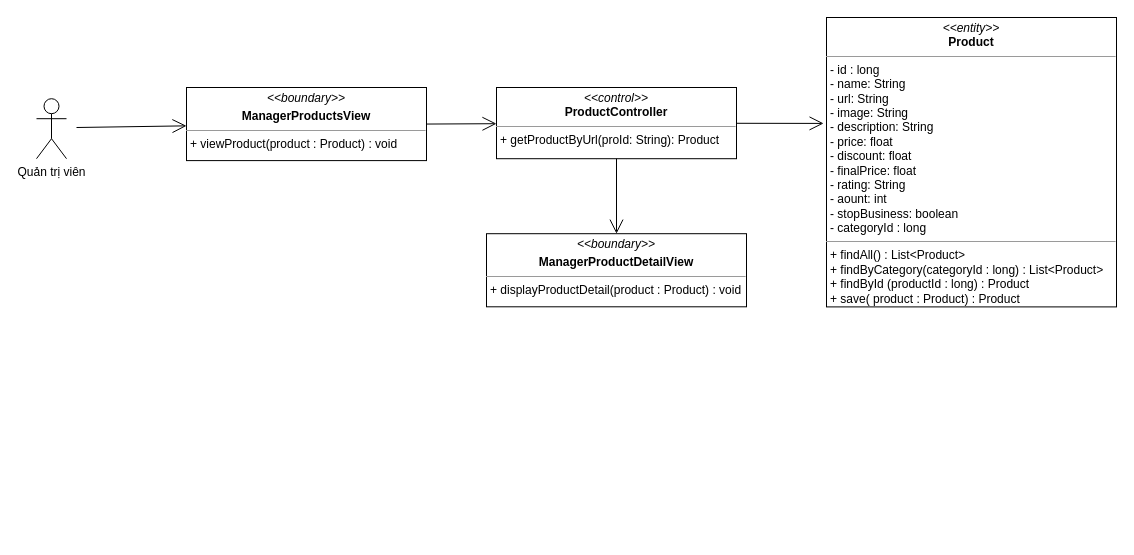
Before: class diagram/manager-product-detail-class-diagram.drawio in nguyenphamvan/datn_20202, a draw.io diagram. Source tidied: cells renumbered, new cells numbered last; positions are measured from the earlier drawing's top-left corner, leaving out a move shared by most shapes. Both pictures are drawn from the tidied source at 100%, with x=0, y=0 at pixel (36, 17).
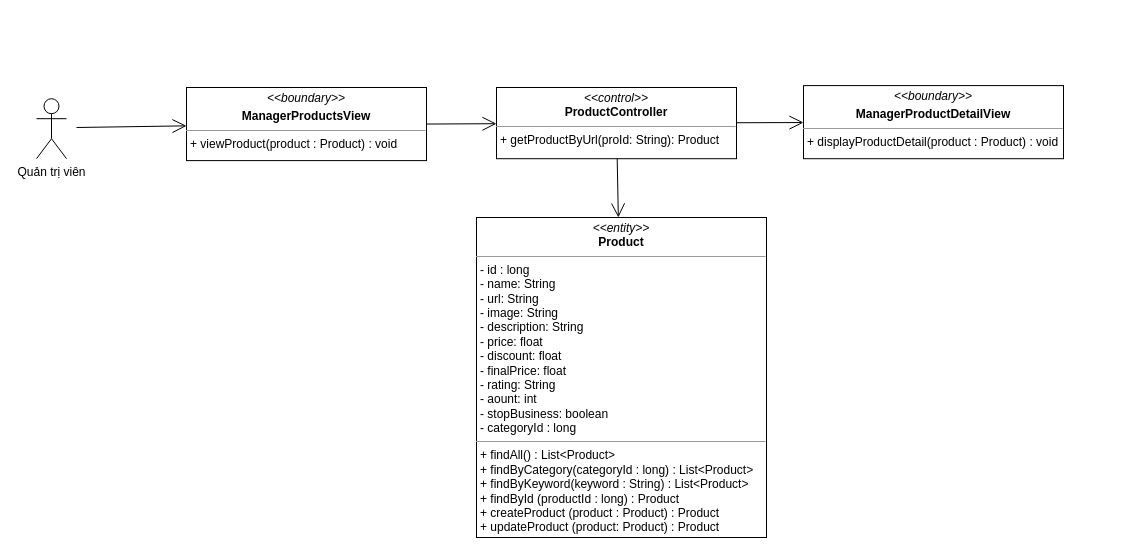
The same page after the edit.

The edit, as a diff of the source:
```diff
@@
 <mxGraphModel>
   <root>
     <mxCell id="0" />
     <mxCell id="1" parent="0" />
     <mxCell id="2" value="&lt;p style=&quot;margin: 0px ; margin-top: 4px ; text-align: center&quot;&gt;&lt;i&gt;&amp;lt;&amp;lt;boundary&amp;gt;&amp;gt;&lt;/i&gt;&lt;/p&gt;&lt;p style=&quot;margin: 0px ; margin-top: 4px ; text-align: center&quot;&gt;&lt;b&gt;ManagerProductsView&lt;/b&gt;&lt;/p&gt;&lt;hr size=&quot;1&quot;&gt;&lt;p style=&quot;margin: 0px ; margin-left: 4px&quot;&gt;+ viewProduct(product : Product) : void&lt;br&gt;&lt;/p&gt;" style="verticalAlign=top;align=left;overflow=fill;fontSize=12;fontFamily=Helvetica;html=1;" parent="1" vertex="1">
       <mxGeometry x="150" y="70" width="240" height="73.1" as="geometry" />
     </mxCell>
     <mxCell id="3" style="endArrow=open;endFill=1;endSize=12;html=1;exitX=1;exitY=0.5;exitDx=0;exitDy=0;" parent="1" edge="1" source="2" target="4">
       <mxGeometry relative="1" as="geometry" />
     </mxCell>
     <mxCell id="4" value="&lt;p style=&quot;margin: 0px ; margin-top: 4px ; text-align: center&quot;&gt;&lt;i&gt;&amp;lt;&amp;lt;control&amp;gt;&amp;gt;&lt;/i&gt;&lt;br&gt;&lt;b&gt;ProductController&lt;/b&gt;&lt;/p&gt;&lt;hr size=&quot;1&quot;&gt;&lt;p style=&quot;margin: 0px ; margin-left: 4px&quot;&gt;+ getProductByUrl(proId: String): Product&lt;br&gt;&lt;/p&gt;" style="verticalAlign=top;align=left;overflow=fill;fontSize=12;fontFamily=Helvetica;html=1;" parent="1" vertex="1">
       <mxGeometry x="460" y="70" width="240" height="71.2" as="geometry" />
     </mxCell>
-    <mxCell id="5" value="&lt;p style=&quot;margin: 0px ; margin-top: 4px ; text-align: center&quot;&gt;&lt;i&gt;&amp;lt;&amp;lt;entity&amp;gt;&amp;gt;&lt;/i&gt;&lt;br&gt;&lt;b&gt;Product&lt;/b&gt;&lt;/p&gt;&lt;hr size=&quot;1&quot;&gt;&lt;p style=&quot;margin: 0px ; margin-left: 4px&quot;&gt;- id : long&lt;/p&gt;&lt;p style=&quot;margin: 0px ; margin-left: 4px&quot;&gt;- name: String&lt;br&gt;- url: String&lt;/p&gt;&lt;p style=&quot;margin: 0px ; margin-left: 4px&quot;&gt;- image: String&lt;/p&gt;&lt;p style=&quot;margin: 0px ; margin-left: 4px&quot;&gt;- description: String&lt;/p&gt;&lt;p style=&quot;margin: 0px ; margin-left: 4px&quot;&gt;- price: float&lt;/p&gt;&lt;p style=&quot;margin: 0px ; margin-left: 4px&quot;&gt;- discount: float&lt;/p&gt;&lt;p style=&quot;margin: 0px ; margin-left: 4px&quot;&gt;- finalPrice: float&lt;/p&gt;&lt;p style=&quot;margin: 0px ; margin-left: 4px&quot;&gt;- rating: String&lt;/p&gt;&lt;p style=&quot;margin: 0px ; margin-left: 4px&quot;&gt;- aount: int&lt;/p&gt;&lt;p style=&quot;margin: 0px ; margin-left: 4px&quot;&gt;- stopBusiness: boolean&lt;/p&gt;&lt;p style=&quot;margin: 0px ; margin-left: 4px&quot;&gt;- categoryId : long&lt;/p&gt;&lt;hr size=&quot;1&quot;&gt;&lt;p style=&quot;margin: 0px 0px 0px 4px&quot;&gt;+ findAll() : List&amp;lt;Product&amp;gt;&lt;/p&gt;&lt;p style=&quot;margin: 0px 0px 0px 4px&quot;&gt;+ findByCategory(categoryId : long) : List&amp;lt;Product&amp;gt;&lt;/p&gt;&lt;p style=&quot;margin: 0px 0px 0px 4px&quot;&gt;+ findById (productId : long) : Product&lt;/p&gt;&lt;p style=&quot;margin: 0px 0px 0px 4px&quot;&gt;+ save( product : Product) : Product&lt;/p&gt;" style="verticalAlign=top;align=left;overflow=fill;fontSize=12;fontFamily=Helvetica;html=1;" parent="1" vertex="1">
-      <mxGeometry x="790" width="290" height="289.4" as="geometry" />
+    <mxCell id="5" value="&lt;p style=&quot;margin: 0px ; margin-top: 4px ; text-align: center&quot;&gt;&lt;i&gt;&amp;lt;&amp;lt;entity&amp;gt;&amp;gt;&lt;/i&gt;&lt;br&gt;&lt;b&gt;Product&lt;/b&gt;&lt;/p&gt;&lt;hr size=&quot;1&quot;&gt;&lt;p style=&quot;margin: 0px ; margin-left: 4px&quot;&gt;- id : long&lt;/p&gt;&lt;p style=&quot;margin: 0px ; margin-left: 4px&quot;&gt;- name: String&lt;br&gt;- url: String&lt;/p&gt;&lt;p style=&quot;margin: 0px ; margin-left: 4px&quot;&gt;- image: String&lt;/p&gt;&lt;p style=&quot;margin: 0px ; margin-left: 4px&quot;&gt;- description: String&lt;/p&gt;&lt;p style=&quot;margin: 0px ; margin-left: 4px&quot;&gt;- price: float&lt;/p&gt;&lt;p style=&quot;margin: 0px ; margin-left: 4px&quot;&gt;- discount: float&lt;/p&gt;&lt;p style=&quot;margin: 0px ; margin-left: 4px&quot;&gt;- finalPrice: float&lt;/p&gt;&lt;p style=&quot;margin: 0px ; margin-left: 4px&quot;&gt;- rating: String&lt;/p&gt;&lt;p style=&quot;margin: 0px ; margin-left: 4px&quot;&gt;- aount: int&lt;/p&gt;&lt;p style=&quot;margin: 0px ; margin-left: 4px&quot;&gt;- stopBusiness: boolean&lt;/p&gt;&lt;p style=&quot;margin: 0px ; margin-left: 4px&quot;&gt;- categoryId : long&lt;/p&gt;&lt;hr size=&quot;1&quot;&gt;&lt;p style=&quot;margin: 0px 0px 0px 4px&quot;&gt;+ findAll() : List&amp;lt;Product&amp;gt;&lt;/p&gt;&lt;p style=&quot;margin: 0px 0px 0px 4px&quot;&gt;+ findByCategory(categoryId : long) : List&amp;lt;Product&amp;gt;&lt;/p&gt;&lt;p style=&quot;margin: 0px 0px 0px 4px&quot;&gt;+ findByKeyword(keyword : String) : List&amp;lt;Product&amp;gt;&lt;/p&gt;&lt;p style=&quot;margin: 0px 0px 0px 4px&quot;&gt;+ findById (productId : long) : Product&lt;/p&gt;&lt;p style=&quot;margin: 0px 0px 0px 4px&quot;&gt;+ createProduct (product : Product) : Product&lt;/p&gt;&lt;p style=&quot;margin: 0px 0px 0px 4px&quot;&gt;+ updateProduct (product: Product) : Product&lt;/p&gt;" style="verticalAlign=top;align=left;overflow=fill;fontSize=12;fontFamily=Helvetica;html=1;" parent="1" vertex="1">
+      <mxGeometry x="440" y="200" width="290" height="320" as="geometry" />
     </mxCell>
-    <mxCell id="6" style="endArrow=open;endFill=1;endSize=12;html=1;entryX=-0.01;entryY=0.366;entryDx=0;entryDy=0;entryPerimeter=0;" parent="1" edge="1" source="4" target="5">
+    <mxCell id="6" style="endArrow=open;endFill=1;endSize=12;html=1;" parent="1" edge="1" source="4" target="5">
       <mxGeometry relative="1" as="geometry" />
     </mxCell>
     <mxCell id="7" value="&lt;p style=&quot;margin: 0px ; margin-top: 4px ; text-align: center&quot;&gt;&lt;i&gt;&amp;lt;&amp;lt;boundary&amp;gt;&amp;gt;&lt;/i&gt;&lt;/p&gt;&lt;p style=&quot;margin: 0px ; margin-top: 4px ; text-align: center&quot;&gt;&lt;b&gt;ManagerProductDetailView&lt;/b&gt;&lt;/p&gt;&lt;hr size=&quot;1&quot;&gt;&lt;p style=&quot;margin: 0px ; margin-left: 4px&quot;&gt;&lt;span style=&quot;font-family: &amp;#34;helvetica&amp;#34;&quot;&gt;+ displayProductDetail(product : Product) : void&lt;/span&gt;&lt;br&gt;&lt;/p&gt;" style="verticalAlign=top;align=left;overflow=fill;fontSize=12;fontFamily=Helvetica;html=1;" parent="1" vertex="1">
-      <mxGeometry x="450" y="216.2" width="260" height="73.1" as="geometry" />
+      <mxGeometry x="767" y="68.1" width="260" height="73.1" as="geometry" />
     </mxCell>
     <mxCell id="8" style="endArrow=open;endFill=1;endSize=12;html=1;" parent="1" edge="1" source="4" target="7">
       <mxGeometry relative="1" as="geometry" />
     </mxCell>
     <mxCell id="9" value="Quản trị viên&lt;br&gt;" style="shape=umlActor;verticalLabelPosition=bottom;verticalAlign=top;html=1;" parent="1" vertex="1">
       <mxGeometry y="81.2" width="30" height="60" as="geometry" />
     </mxCell>
     <mxCell id="10" style="endArrow=open;endFill=1;endSize=12;html=1;" parent="1" edge="1" target="2">
       <mxGeometry relative="1" as="geometry">
         <mxPoint x="40" y="110" as="sourcePoint" />
       </mxGeometry>
     </mxCell>
   </root>
 </mxGraphModel>
```
